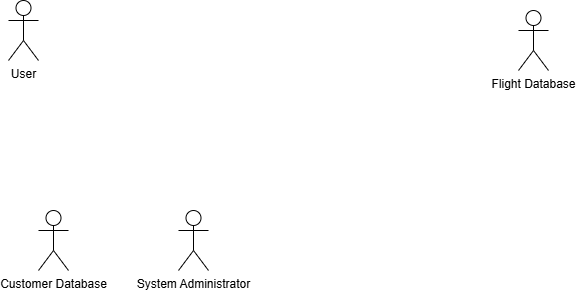
Before: SystemUseCaseDiagram.drawio.png, a diagram exported from draw.io (aditi-j25/Flight_Flow_Reservation_System). Source tidied: cells renumbered, new cells last; positions are measured from the earlier drawing's top-left corner, leaving out a move shared by most shapes. Its diagram source:
```xml
<mxGraphModel>
  <root>
    <mxCell id="0" />
    <mxCell id="1" parent="0" />
    <mxCell id="2" value="User" style="shape=umlActor;verticalLabelPosition=bottom;verticalAlign=top;html=1;" parent="1" vertex="1">
      <mxGeometry width="30" height="60" as="geometry" />
    </mxCell>
    <mxCell id="3" value="Customer Database" style="shape=umlActor;verticalLabelPosition=bottom;verticalAlign=top;html=1;outlineConnect=0;" parent="1" vertex="1">
      <mxGeometry x="30" y="210" width="30" height="60" as="geometry" />
    </mxCell>
    <mxCell id="4" value="Flight Database" style="shape=umlActor;verticalLabelPosition=bottom;verticalAlign=top;html=1;outlineConnect=0;" parent="1" vertex="1">
      <mxGeometry x="510" y="10" width="30" height="60" as="geometry" />
    </mxCell>
    <mxCell id="5" value="System Administrator" style="shape=umlActor;verticalLabelPosition=bottom;verticalAlign=top;html=1;outlineConnect=0;" parent="1" vertex="1">
      <mxGeometry x="170" y="210" width="30" height="60" as="geometry" />
    </mxCell>
  </root>
</mxGraphModel>
```
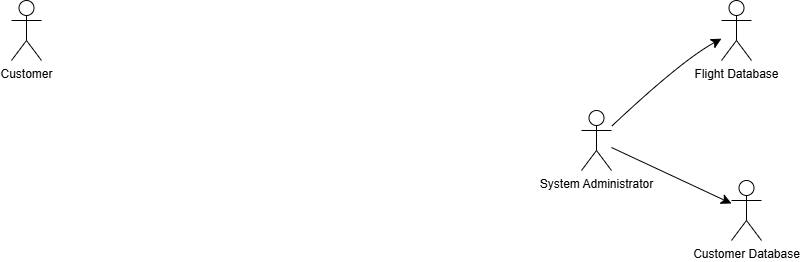
Above is the later version.

Change to the diagram source:
```diff
@@ -2,17 +2,27 @@
   <root>
     <mxCell id="0" />
     <mxCell id="1" parent="0" />
-    <mxCell id="2" value="User" style="shape=umlActor;verticalLabelPosition=bottom;verticalAlign=top;html=1;" parent="1" vertex="1">
+    <mxCell id="2" value="Customer" style="shape=umlActor;verticalLabelPosition=bottom;verticalAlign=top;html=1;" parent="1" vertex="1">
       <mxGeometry width="30" height="60" as="geometry" />
     </mxCell>
     <mxCell id="3" value="Customer Database" style="shape=umlActor;verticalLabelPosition=bottom;verticalAlign=top;html=1;outlineConnect=0;" parent="1" vertex="1">
-      <mxGeometry x="30" y="210" width="30" height="60" as="geometry" />
+      <mxGeometry x="720" y="180" width="30" height="60" as="geometry" />
     </mxCell>
     <mxCell id="4" value="Flight Database" style="shape=umlActor;verticalLabelPosition=bottom;verticalAlign=top;html=1;outlineConnect=0;" parent="1" vertex="1">
-      <mxGeometry x="510" y="10" width="30" height="60" as="geometry" />
+      <mxGeometry x="710" width="30" height="60" as="geometry" />
     </mxCell>
+    <mxCell id="6" style="edgeStyle=none;curved=1;rounded=0;jettySize=auto;html=1;fontSize=12;startSize=8;endSize=8;" parent="1" edge="1" source="5" target="4">
+      <mxGeometry relative="1" as="geometry">
+        <Array as="points">
+          <mxPoint x="670" y="60" />
+        </Array>
+      </mxGeometry>
+    </mxCell>
+    <mxCell id="7" style="edgeStyle=none;curved=1;rounded=0;jettySize=auto;html=1;fontSize=12;startSize=8;endSize=8;" parent="1" edge="1" source="5" target="3">
+      <mxGeometry relative="1" as="geometry" />
+    </mxCell>
     <mxCell id="5" value="System Administrator" style="shape=umlActor;verticalLabelPosition=bottom;verticalAlign=top;html=1;outlineConnect=0;" parent="1" vertex="1">
-      <mxGeometry x="170" y="210" width="30" height="60" as="geometry" />
+      <mxGeometry x="570" y="110" width="30" height="60" as="geometry" />
     </mxCell>
   </root>
 </mxGraphModel>
```
